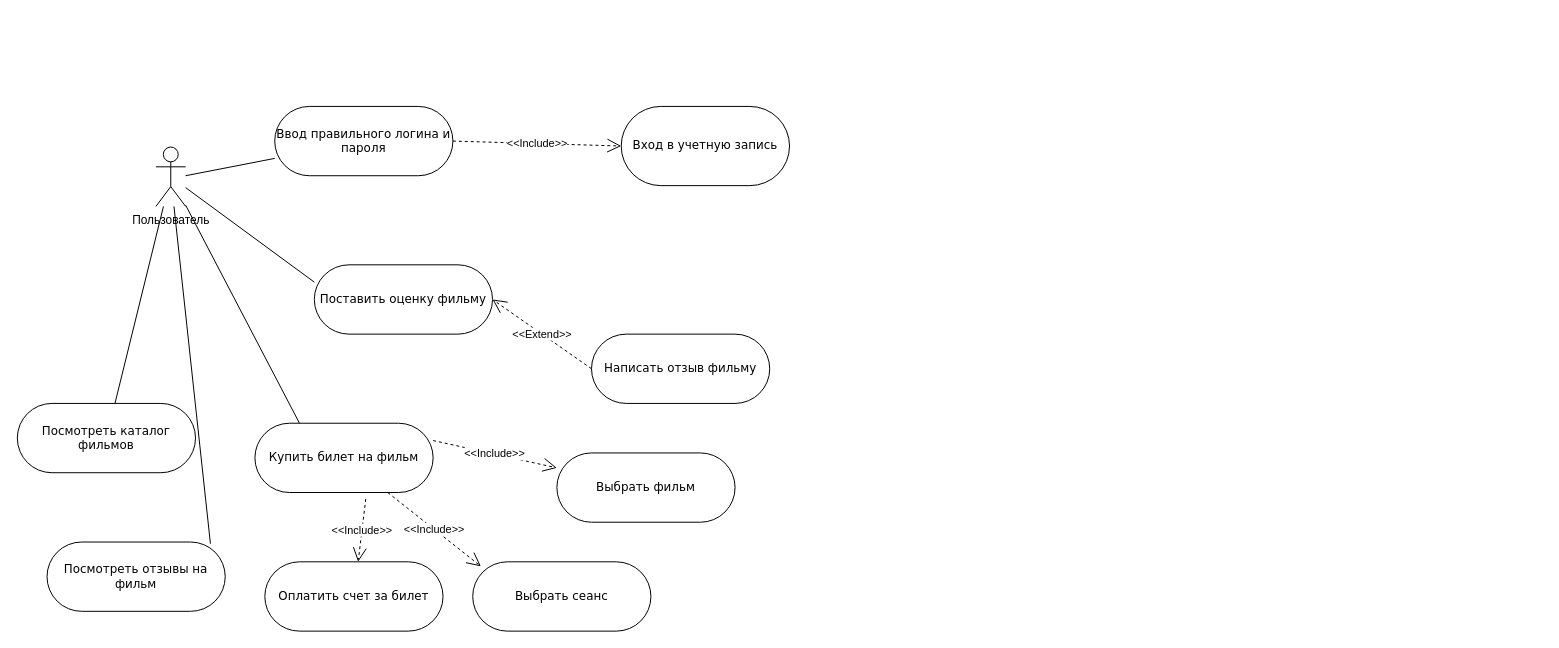
The draw.io diagram Диаграмма без названия.drawio in adchvanova-new/UML, before the edit. Source tidied: cells renumbered, new cells numbered last; positions are measured from the earlier drawing's top-left corner, leaving out a move shared by most shapes. Both pictures are drawn from the tidied source at 99%, with x=0, y=0 at pixel (17, 106).
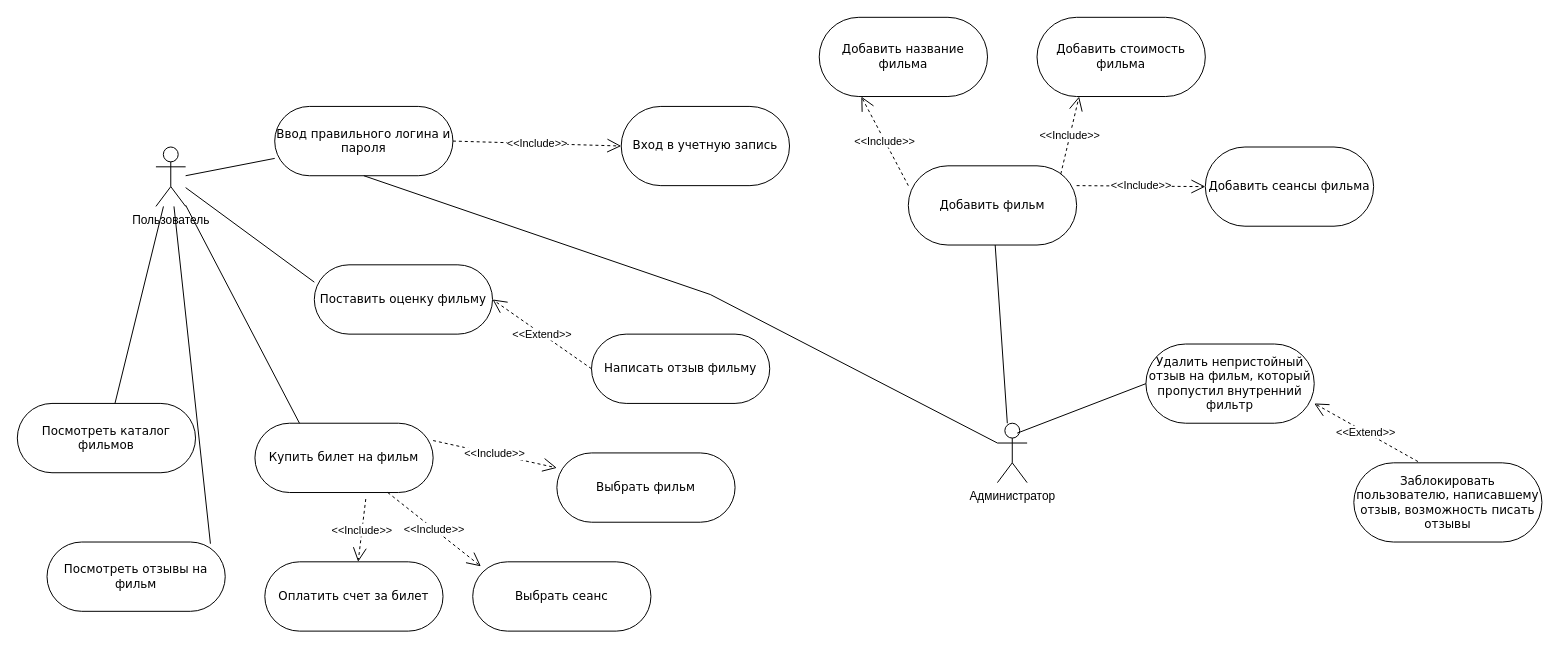
The same diagram, later.

Commit message:
Обновление Диаграмма Use Case.drawio

The change refers to these unchanged cells:
```xml
<mxCell id="3" value="Ввод правильного логина и пароля" style="rounded=1;whiteSpace=wrap;html=1;shadow=0;comic=0;labelBackgroundColor=none;strokeWidth=1;fontFamily=Verdana;fontSize=12;align=center;arcSize=50;" parent="1" vertex="1">
  <mxGeometry x="260" width="180" height="70" as="geometry" />
</mxCell>
```

The edit, as a diff of the source:
```diff
@@
+    <mxCell id="23" value="Администратор" style="shape=umlActor;verticalLabelPosition=bottom;verticalAlign=top;html=1;" parent="1" vertex="1">
+      <mxGeometry x="990" y="320" width="30" height="60" as="geometry" />
+    </mxCell>
+    <mxCell id="24" value="Добавить фильм" style="rounded=1;whiteSpace=wrap;html=1;shadow=0;comic=0;labelBackgroundColor=none;strokeWidth=1;fontFamily=Verdana;fontSize=12;align=center;arcSize=50;" parent="1" vertex="1">
+      <mxGeometry x="900" y="60" width="170" height="80" as="geometry" />
+    </mxCell>
+    <mxCell id="25" style="endArrow=none;html=1;rounded=0;entryX=0.5;entryY=1;entryDx=0;entryDy=0;exitX=0;exitY=0.3333333333333333;exitDx=0;exitDy=0;exitPerimeter=0;" parent="1" edge="1" source="23" target="3">
+      <mxGeometry relative="1" as="geometry">
+        <Array as="points">
+          <mxPoint x="700" y="190" />
+        </Array>
+      </mxGeometry>
+    </mxCell>
+    <mxCell id="26" value="Добавить название фильма" style="rounded=1;whiteSpace=wrap;html=1;shadow=0;comic=0;labelBackgroundColor=none;strokeWidth=1;fontFamily=Verdana;fontSize=12;align=center;arcSize=50;" parent="1" vertex="1">
+      <mxGeometry x="810" y="-90" width="170" height="80" as="geometry" />
+    </mxCell>
+    <mxCell id="27" value="Добавить стоимость фильма" style="rounded=1;whiteSpace=wrap;html=1;shadow=0;comic=0;labelBackgroundColor=none;strokeWidth=1;fontFamily=Verdana;fontSize=12;align=center;arcSize=50;" parent="1" vertex="1">
+      <mxGeometry x="1030" y="-90" width="170" height="80" as="geometry" />
+    </mxCell>
+    <mxCell id="28" value="Добавить сеансы фильма" style="rounded=1;whiteSpace=wrap;html=1;shadow=0;comic=0;labelBackgroundColor=none;strokeWidth=1;fontFamily=Verdana;fontSize=12;align=center;arcSize=50;" parent="1" vertex="1">
+      <mxGeometry x="1200" y="41" width="170" height="80" as="geometry" />
+    </mxCell>
+    <mxCell id="29" value="&amp;lt;&amp;lt;Include&amp;gt;&amp;gt;" style="endArrow=open;endSize=12;dashed=1;html=1;rounded=0;exitX=0;exitY=0.25;exitDx=0;exitDy=0;entryX=0.25;entryY=1;entryDx=0;entryDy=0;" parent="1" edge="1" source="24" target="26">
+      <mxGeometry relative="1" as="geometry" />
+    </mxCell>
+    <mxCell id="30" value="&amp;lt;&amp;lt;Include&amp;gt;&amp;gt;" style="endArrow=open;endSize=12;dashed=1;html=1;rounded=0;exitX=0.906;exitY=0.103;exitDx=0;exitDy=0;entryX=0.25;entryY=1;entryDx=0;entryDy=0;exitPerimeter=0;" parent="1" edge="1" source="24" target="27">
+      <mxGeometry relative="1" as="geometry" />
+    </mxCell>
+    <mxCell id="31" value="&amp;lt;&amp;lt;Include&amp;gt;&amp;gt;" style="endArrow=open;endSize=12;dashed=1;html=1;rounded=0;exitX=1;exitY=0.25;exitDx=0;exitDy=0;entryX=0;entryY=0.5;entryDx=0;entryDy=0;" parent="1" edge="1" source="24" target="28">
+      <mxGeometry relative="1" as="geometry" />
+    </mxCell>
+    <mxCell id="32" style="endArrow=none;html=1;rounded=0;" parent="1" edge="1" source="24">
+      <mxGeometry relative="1" as="geometry">
+        <mxPoint x="1000" y="320" as="targetPoint" />
+      </mxGeometry>
+    </mxCell>
+    <mxCell id="33" value="Удалить непристойный отзыв на фильм, который пропустил внутренний фильтр" style="rounded=1;whiteSpace=wrap;html=1;shadow=0;comic=0;labelBackgroundColor=none;strokeWidth=1;fontFamily=Verdana;fontSize=12;align=center;arcSize=50;" parent="1" vertex="1">
+      <mxGeometry x="1140" y="240" width="170" height="80" as="geometry" />
+    </mxCell>
+    <mxCell id="34" style="endArrow=none;html=1;rounded=0;exitX=0;exitY=0.5;exitDx=0;exitDy=0;" parent="1" edge="1" source="33">
+      <mxGeometry relative="1" as="geometry">
+        <mxPoint x="1010" y="330" as="targetPoint" />
+      </mxGeometry>
+    </mxCell>
+    <mxCell id="35" value="Заблокировать пользователю, написавшему отзыв, возможность писать отзывы" style="rounded=1;whiteSpace=wrap;html=1;shadow=0;comic=0;labelBackgroundColor=none;strokeWidth=1;fontFamily=Verdana;fontSize=12;align=center;arcSize=50;" parent="1" vertex="1">
+      <mxGeometry x="1350" y="360" width="190" height="80" as="geometry" />
+    </mxCell>
+    <mxCell id="36" value="&amp;lt;&amp;lt;Extend&amp;gt;&amp;gt;" style="endArrow=open;endSize=12;dashed=1;html=1;rounded=0;entryX=1;entryY=0.75;entryDx=0;entryDy=0;exitX=0.341;exitY=-0.016;exitDx=0;exitDy=0;exitPerimeter=0;" parent="1" edge="1" source="35" target="33">
+      <mxGeometry relative="1" as="geometry" />
+    </mxCell>
```
